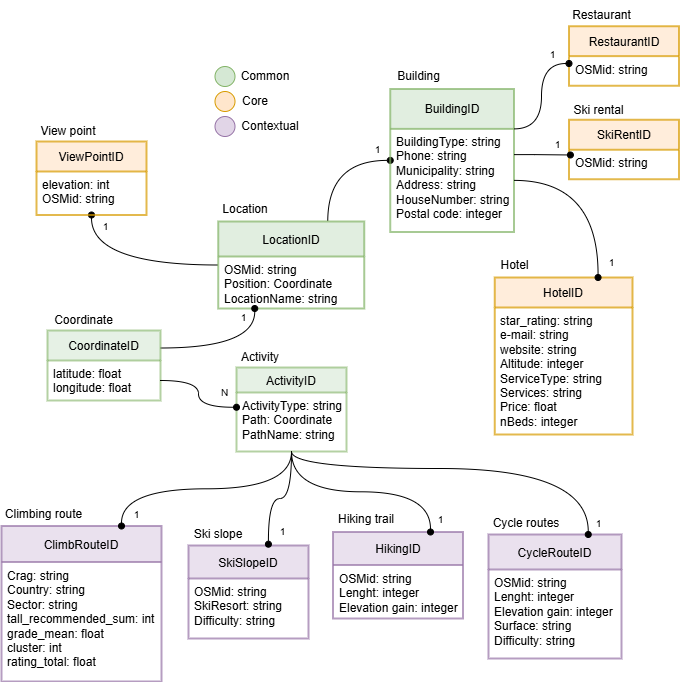
Before: docs/images/er.png, a diagram exported from draw.io (StefanoSacchet/KGE24_Trentino_Tourist_Facilities). Source tidied: cells renumbered, new cells last; positions are measured from the earlier drawing's top-left corner, leaving out a move shared by most shapes.
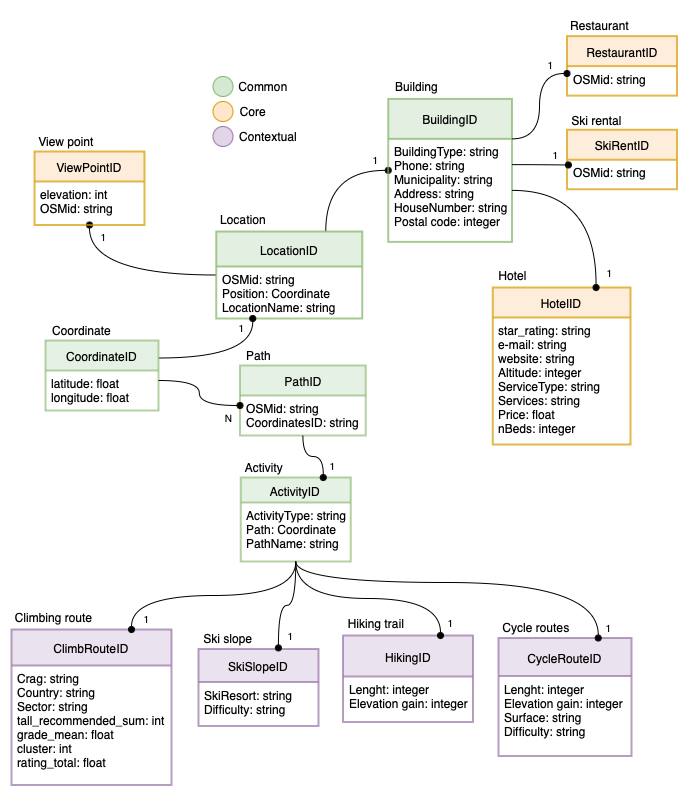
After the commit.

What changed in the source:
```diff
@@ -6,16 +6,16 @@
       <mxGeometry relative="1" as="geometry" />
     </mxCell>
     <mxCell id="3" value="&lt;font style=&quot;font-size: 12px;&quot;&gt;SkiSlopeID&lt;/font&gt;" style="swimlane;horizontal=1;startSize=33;rounded=0;fontSize=14;fontStyle=0;strokeWidth=2;shadow=0;dashed=0;align=center;arcSize=4;whiteSpace=wrap;html=1;fillColor=#e1d5e7;strokeColor=#9673a6;opacity=70;" parent="1" vertex="1">
-      <mxGeometry x="187" y="545" width="120" height="93" as="geometry" />
+      <mxGeometry x="199" y="638.5" width="120" height="77" as="geometry" />
     </mxCell>
-    <mxCell id="4" value="&lt;div&gt;OSMid: string&lt;/div&gt;&lt;div&gt;SkiResort: string&lt;/div&gt;&lt;div&gt;Difficulty: string&lt;/div&gt;&lt;div&gt;&lt;br&gt;&lt;/div&gt;" style="align=left;strokeColor=none;fillColor=none;spacingLeft=4;fontSize=12;verticalAlign=top;html=1;rounded=0;opacity=70;" parent="3" vertex="1">
-      <mxGeometry y="33" width="120" height="60" as="geometry" />
+    <mxCell id="4" value="&lt;div&gt;&lt;span style=&quot;background-color: initial;&quot;&gt;SkiResort: string&lt;/span&gt;&lt;/div&gt;&lt;div&gt;Difficulty: string&lt;/div&gt;" style="align=left;strokeColor=none;fillColor=none;spacingLeft=4;fontSize=12;verticalAlign=top;html=1;rounded=0;opacity=70;" parent="3" vertex="1">
+      <mxGeometry y="33" width="120" height="44" as="geometry" />
     </mxCell>
-    <mxCell id="5" value="&lt;font style=&quot;font-size: 12px;&quot;&gt;HikingID&lt;/font&gt;" style="swimlane;horizontal=1;startSize=33;rounded=0;fontSize=14;fontStyle=0;strokeWidth=2;shadow=0;dashed=0;align=center;arcSize=4;whiteSpace=wrap;html=1;fillColor=#e1d5e7;strokeColor=#9673a6;opacity=70;" parent="1" vertex="1">
-      <mxGeometry x="331.5" y="531.5" width="130" height="86.5" as="geometry" />
+    <mxCell id="5" value="&lt;font style=&quot;font-size: 12px;&quot;&gt;HikingID&lt;/font&gt;" style="swimlane;horizontal=1;startSize=41;rounded=0;fontSize=14;fontStyle=0;strokeWidth=2;shadow=0;dashed=0;align=center;arcSize=4;whiteSpace=wrap;html=1;fillColor=#e1d5e7;strokeColor=#9673a6;opacity=70;" parent="1" vertex="1">
+      <mxGeometry x="343.5" y="625" width="130" height="86.5" as="geometry" />
     </mxCell>
-    <mxCell id="6" value="&lt;div&gt;OSMid: string&lt;/div&gt;&lt;div&gt;Lenght: integer&lt;/div&gt;&lt;div&gt;Elevation gain: integer&lt;/div&gt;" style="align=left;strokeColor=none;fillColor=none;spacingLeft=4;fontSize=12;verticalAlign=top;html=1;rounded=0;opacity=70;" parent="5" vertex="1">
-      <mxGeometry y="33" width="130" height="53.5" as="geometry" />
+    <mxCell id="6" value="&lt;div&gt;&lt;span style=&quot;background-color: initial;&quot;&gt;Lenght: integer&lt;/span&gt;&lt;/div&gt;&lt;div&gt;Elevation gain: integer&lt;/div&gt;" style="align=left;strokeColor=none;fillColor=none;spacingLeft=4;fontSize=12;verticalAlign=top;html=1;rounded=0;opacity=70;" parent="5" vertex="1">
+      <mxGeometry y="41" width="130" height="45.5" as="geometry" />
     </mxCell>
     <mxCell id="7" style="ellipse;whiteSpace=wrap;html=1;fillColor=#d5e8d4;strokeColor=#82b366;" parent="1" vertex="1">
       <mxGeometry x="213.5" y="66" width="20" height="20" as="geometry" />
@@ -44,53 +44,53 @@
     <mxCell id="15" value="&lt;div&gt;OSMid: string&lt;/div&gt;Position: Coordinate&lt;br&gt;&lt;div&gt;LocationName: string&lt;/div&gt;" style="align=left;strokeColor=none;fillColor=none;spacingLeft=4;fontSize=12;verticalAlign=top;html=1;" parent="14" vertex="1">
       <mxGeometry y="35" width="146" height="52" as="geometry" />
     </mxCell>
-    <mxCell id="16" value="&lt;font style=&quot;font-size: 12px;&quot;&gt;CycleRouteID&lt;/font&gt;" style="swimlane;horizontal=1;startSize=35;rounded=0;fontSize=14;fontStyle=0;strokeWidth=2;shadow=0;dashed=0;align=center;arcSize=4;whiteSpace=wrap;html=1;fillColor=#e1d5e7;strokeColor=#9673a6;opacity=70;" parent="1" vertex="1">
-      <mxGeometry x="487" y="534" width="133" height="124" as="geometry" />
+    <mxCell id="16" value="&lt;font style=&quot;font-size: 12px;&quot;&gt;CycleRouteID&lt;/font&gt;" style="swimlane;horizontal=1;startSize=38;rounded=0;fontSize=14;fontStyle=0;strokeWidth=2;shadow=0;dashed=0;align=center;arcSize=4;whiteSpace=wrap;html=1;fillColor=#e1d5e7;strokeColor=#9673a6;opacity=70;" parent="1" vertex="1">
+      <mxGeometry x="499" y="627.5" width="133" height="118" as="geometry" />
     </mxCell>
-    <mxCell id="17" value="&lt;div&gt;&lt;span style=&quot;background-color: initial;&quot;&gt;OSMid: string&lt;/span&gt;&lt;/div&gt;&lt;div&gt;Lenght: integer&lt;/div&gt;&lt;div&gt;Elevation gain: integer&lt;/div&gt;&lt;div&gt;Surface: string&lt;/div&gt;&lt;div&gt;Difficulty: string&lt;/div&gt;" style="align=left;strokeColor=none;fillColor=none;spacingLeft=4;fontSize=12;verticalAlign=top;html=1;opacity=70;rounded=0;" parent="16" vertex="1">
-      <mxGeometry y="35" width="133" height="89" as="geometry" />
+    <mxCell id="17" value="&lt;div&gt;&lt;span style=&quot;background-color: initial;&quot;&gt;Lenght: integer&lt;/span&gt;&lt;/div&gt;&lt;div&gt;Elevation gain: integer&lt;/div&gt;&lt;div&gt;Surface: string&lt;/div&gt;&lt;div&gt;Difficulty: string&lt;/div&gt;" style="align=left;strokeColor=none;fillColor=none;spacingLeft=4;fontSize=12;verticalAlign=top;html=1;opacity=70;rounded=0;" parent="16" vertex="1">
+      <mxGeometry y="38" width="133" height="80" as="geometry" />
     </mxCell>
     <mxCell id="18" value="&lt;font style=&quot;font-size: 12px;&quot;&gt;ClimbRouteID&lt;/font&gt;" style="swimlane;horizontal=1;startSize=36;rounded=0;fontSize=14;fontStyle=0;strokeWidth=2;shadow=0;dashed=0;align=center;arcSize=4;whiteSpace=wrap;html=1;fillColor=#e1d5e7;strokeColor=#9673a6;opacity=70;" parent="1" vertex="1">
-      <mxGeometry y="525.5" width="160" height="155.5" as="geometry" />
+      <mxGeometry x="12" y="619" width="160" height="155.5" as="geometry" />
     </mxCell>
     <mxCell id="19" value="&lt;div&gt;Crag: string&lt;/div&gt;&lt;div&gt;Country: string&lt;/div&gt;&lt;div&gt;Sector: string&lt;/div&gt;&lt;div&gt;tall_recommended_sum: int&lt;/div&gt;&lt;div&gt;grade_mean: float&lt;/div&gt;&lt;div&gt;cluster: int&lt;/div&gt;&lt;div&gt;rating_total: float&lt;/div&gt;" style="align=left;strokeColor=none;fillColor=none;spacingLeft=4;fontSize=12;verticalAlign=top;html=1;opacity=70;" parent="18" vertex="1">
       <mxGeometry y="36" width="160" height="119.5" as="geometry" />
     </mxCell>
     <mxCell id="20" value="&lt;font style=&quot;font-size: 10px;&quot;&gt;1&lt;/font&gt;" style="text;html=1;align=center;verticalAlign=middle;strokeColor=none;fillColor=none;" parent="1" vertex="1">
-      <mxGeometry x="266" y="516" width="30" height="30" as="geometry" />
+      <mxGeometry x="276" y="609.5" width="30" height="30" as="geometry" />
     </mxCell>
     <mxCell id="21" value="&lt;font style=&quot;font-size: 10px;&quot;&gt;1&lt;/font&gt;" style="text;html=1;align=center;verticalAlign=middle;strokeColor=none;fillColor=none;" parent="1" vertex="1">
-      <mxGeometry x="424" y="503.5" width="30" height="30" as="geometry" />
+      <mxGeometry x="436" y="597" width="30" height="30" as="geometry" />
     </mxCell>
     <mxCell id="22" value="&lt;font style=&quot;font-size: 10px;&quot;&gt;1&lt;/font&gt;" style="text;html=1;align=center;verticalAlign=middle;strokeColor=none;fillColor=none;" parent="1" vertex="1">
-      <mxGeometry x="582" y="508" width="30" height="30" as="geometry" />
+      <mxGeometry x="594" y="601.5" width="30" height="30" as="geometry" />
     </mxCell>
     <mxCell id="23" value="&lt;font style=&quot;font-size: 10px;&quot;&gt;1&lt;/font&gt;" style="text;html=1;align=center;verticalAlign=middle;strokeColor=none;fillColor=none;" parent="1" vertex="1">
       <mxGeometry x="88.8" y="211" width="30" height="30" as="geometry" />
     </mxCell>
     <mxCell id="24" value="&lt;font style=&quot;font-size: 12px;&quot;&gt;Climbing route&lt;/font&gt;" style="text;html=1;align=center;verticalAlign=middle;whiteSpace=wrap;rounded=0;" parent="1" vertex="1">
-      <mxGeometry y="498.5" width="85" height="30" as="geometry" />
+      <mxGeometry x="12" y="592" width="85" height="30" as="geometry" />
     </mxCell>
     <mxCell id="25" value="&lt;font style=&quot;font-size: 12px;&quot;&gt;Ski slope&lt;/font&gt;" style="text;html=1;align=center;verticalAlign=middle;whiteSpace=wrap;rounded=0;" parent="1" vertex="1">
-      <mxGeometry x="172" y="519" width="90" height="30" as="geometry" />
+      <mxGeometry x="184" y="612.5" width="90" height="30" as="geometry" />
     </mxCell>
     <mxCell id="26" value="&lt;span style=&quot;&quot;&gt;Hiking trail&lt;/span&gt;" style="text;html=1;align=center;verticalAlign=middle;whiteSpace=wrap;rounded=0;" parent="1" vertex="1">
-      <mxGeometry x="334.5" y="504" width="60" height="30" as="geometry" />
+      <mxGeometry x="346.5" y="597.5" width="60" height="30" as="geometry" />
     </mxCell>
     <mxCell id="27" value="&lt;font style=&quot;font-size: 12px;&quot;&gt;&lt;span style=&quot;color: rgb(0, 0, 0); font-family: Helvetica; font-style: normal; font-variant-ligatures: normal; font-variant-caps: normal; font-weight: 400; letter-spacing: normal; orphans: 2; text-align: center; text-indent: 0px; text-transform: none; widows: 2; word-spacing: 0px; -webkit-text-stroke-width: 0px; white-space: normal; text-decoration-thickness: initial; text-decoration-style: initial; text-decoration-color: initial; float: none; display: inline !important;&quot;&gt;Cycle routes&lt;/span&gt;&lt;/font&gt;" style="text;html=1;align=center;verticalAlign=middle;whiteSpace=wrap;rounded=0;" parent="1" vertex="1">
-      <mxGeometry x="490" y="508" width="70" height="30" as="geometry" />
+      <mxGeometry x="502" y="601.5" width="70" height="30" as="geometry" />
     </mxCell>
     <mxCell id="28" value="&lt;font style=&quot;font-size: 12px;&quot;&gt;Location&lt;/font&gt;" style="text;html=1;align=center;verticalAlign=middle;whiteSpace=wrap;rounded=0;" parent="1" vertex="1">
       <mxGeometry x="214" y="194" width="60" height="30" as="geometry" />
     </mxCell>
     <mxCell id="29" value="&lt;font style=&quot;font-size: 12px;&quot;&gt;ActivityID&lt;/font&gt;" style="swimlane;horizontal=1;startSize=25;rounded=0;fontSize=14;fontStyle=0;strokeWidth=2;shadow=0;dashed=0;align=center;arcSize=4;whiteSpace=wrap;html=1;fillColor=#d5e8d4;strokeColor=#82b366;opacity=60;" parent="1" vertex="1">
-      <mxGeometry x="235" y="367" width="110" height="84" as="geometry" />
+      <mxGeometry x="241.2" y="467" width="110" height="84" as="geometry" />
     </mxCell>
     <mxCell id="30" value="ActivityType: string&lt;div&gt;Path: Coordinate&lt;/div&gt;&lt;div&gt;PathName: string&lt;/div&gt;" style="align=left;strokeColor=none;fillColor=none;spacingLeft=4;fontSize=12;verticalAlign=top;html=1;" parent="29" vertex="1">
       <mxGeometry y="25" width="110" height="59" as="geometry" />
     </mxCell>
     <mxCell id="31" value="&lt;span style=&quot;&quot;&gt;Activity&lt;/span&gt;" style="text;html=1;align=center;verticalAlign=middle;whiteSpace=wrap;rounded=0;" parent="1" vertex="1">
-      <mxGeometry x="228.5" y="342" width="60" height="30" as="geometry" />
+      <mxGeometry x="234.8" y="442" width="60" height="30" as="geometry" />
     </mxCell>
     <mxCell id="32" style="edgeStyle=orthogonalEdgeStyle;rounded=0;jettySize=auto;html=1;exitX=0.5;exitY=1;exitDx=0;exitDy=0;entryX=0.75;entryY=0;entryDx=0;entryDy=0;curved=1;endArrow=oval;endFill=1;" parent="1" edge="1" source="30" target="5">
       <mxGeometry relative="1" as="geometry" />
@@ -102,7 +102,7 @@
       <mxGeometry relative="1" as="geometry" />
     </mxCell>
     <mxCell id="35" value="&lt;font style=&quot;font-size: 10px;&quot;&gt;1&lt;/font&gt;" style="text;html=1;align=center;verticalAlign=middle;strokeColor=none;fillColor=none;" parent="1" vertex="1">
-      <mxGeometry x="120" y="499" width="30" height="30" as="geometry" />
+      <mxGeometry x="132" y="592.5" width="30" height="30" as="geometry" />
     </mxCell>
     <mxCell id="36" value="&lt;font style=&quot;font-size: 12px;&quot;&gt;HotelID&lt;/font&gt;" style="swimlane;horizontal=1;startSize=30;rounded=0;fontSize=14;fontStyle=0;strokeWidth=2;shadow=0;dashed=0;align=center;arcSize=4;whiteSpace=wrap;html=1;fillColor=#ffe6cc;strokeColor=#d79b00;opacity=70;" parent="1" vertex="1">
       <mxGeometry x="493.2" y="277" width="137.8" height="157" as="geometry" />
@@ -125,11 +125,8 @@
     <mxCell id="42" value="Coordinate" style="text;html=1;align=center;verticalAlign=middle;strokeColor=none;fillColor=none;" parent="1" vertex="1">
       <mxGeometry x="41.8" y="305" width="80" height="30" as="geometry" />
     </mxCell>
-    <mxCell id="43" style="edgeStyle=orthogonalEdgeStyle;rounded=0;jettySize=auto;html=1;exitX=1;exitY=0.5;exitDx=0;exitDy=0;entryX=0;entryY=0.25;entryDx=0;entryDy=0;curved=1;endArrow=oval;endFill=1;" parent="1" edge="1" source="41" target="30">
-      <mxGeometry relative="1" as="geometry" />
-    </mxCell>
     <mxCell id="44" value="&lt;font style=&quot;font-size: 10px;&quot;&gt;N&lt;/font&gt;" style="text;html=1;align=center;verticalAlign=middle;strokeColor=none;fillColor=none;" parent="1" vertex="1">
-      <mxGeometry x="208" y="377" width="30" height="30" as="geometry" />
+      <mxGeometry x="213.5" y="392" width="30" height="30" as="geometry" />
     </mxCell>
     <mxCell id="45" value="&lt;font style=&quot;font-size: 10px;&quot;&gt;1&lt;/font&gt;" style="text;html=1;align=center;verticalAlign=middle;strokeColor=none;fillColor=none;" parent="1" vertex="1">
       <mxGeometry x="227" y="302" width="30" height="30" as="geometry" />
@@ -164,8 +161,8 @@
     <mxCell id="55" style="edgeStyle=orthogonalEdgeStyle;rounded=0;jettySize=auto;html=1;exitX=0.5;exitY=1;exitDx=0;exitDy=0;entryX=0.75;entryY=0;entryDx=0;entryDy=0;curved=1;endArrow=oval;endFill=1;" parent="1" edge="1" source="30" target="16">
       <mxGeometry relative="1" as="geometry">
         <Array as="points">
-          <mxPoint x="290" y="468" />
-          <mxPoint x="587" y="468" />
+          <mxPoint x="296" y="572" />
+          <mxPoint x="599" y="572" />
         </Array>
       </mxGeometry>
     </mxCell>
@@ -204,5 +201,23 @@
     <mxCell id="65" value="Ski rental" style="text;html=1;align=center;verticalAlign=middle;strokeColor=none;fillColor=none;" parent="1" vertex="1">
       <mxGeometry x="562" y="95" width="70" height="30" as="geometry" />
     </mxCell>
+    <mxCell id="66" value="&lt;font style=&quot;font-size: 12px;&quot;&gt;PathID&lt;/font&gt;" style="swimlane;horizontal=1;startSize=30;rounded=0;fontSize=14;fontStyle=0;strokeWidth=2;shadow=0;dashed=0;align=center;arcSize=4;whiteSpace=wrap;html=1;fillColor=#d5e8d4;strokeColor=#82b366;opacity=60;" parent="1" vertex="1">
+      <mxGeometry x="240.5" y="355" width="125.8" height="70" as="geometry" />
+    </mxCell>
+    <mxCell id="67" value="OSMid: string&lt;div&gt;CoordinatesID: string&lt;/div&gt;" style="align=left;strokeColor=none;fillColor=none;spacingLeft=4;fontSize=12;verticalAlign=top;html=1;" parent="66" vertex="1">
+      <mxGeometry y="30" width="125.8" height="40" as="geometry" />
+    </mxCell>
+    <mxCell id="68" value="Path" style="text;html=1;align=center;verticalAlign=middle;strokeColor=none;fillColor=none;" parent="1" vertex="1">
+      <mxGeometry x="234.2" y="330" width="50" height="30" as="geometry" />
+    </mxCell>
+    <mxCell id="69" style="edgeStyle=orthogonalEdgeStyle;rounded=0;jettySize=auto;html=1;exitX=1;exitY=0.25;exitDx=0;exitDy=0;entryX=0;entryY=0.25;entryDx=0;entryDy=0;endArrow=oval;endFill=1;curved=1;" parent="1" edge="1" source="41" target="67">
+      <mxGeometry relative="1" as="geometry" />
+    </mxCell>
+    <mxCell id="70" style="edgeStyle=orthogonalEdgeStyle;rounded=0;jettySize=auto;html=1;exitX=0.5;exitY=1;exitDx=0;exitDy=0;entryX=0.75;entryY=0;entryDx=0;entryDy=0;curved=1;endArrow=oval;endFill=1;" parent="1" edge="1" source="67" target="29">
+      <mxGeometry relative="1" as="geometry" />
+    </mxCell>
+    <mxCell id="71" value="&lt;font style=&quot;font-size: 10px;&quot;&gt;1&lt;/font&gt;" style="text;html=1;align=center;verticalAlign=middle;strokeColor=none;fillColor=none;" parent="1" vertex="1">
+      <mxGeometry x="318" y="440" width="30" height="30" as="geometry" />
+    </mxCell>
   </root>
 </mxGraphModel>
```
